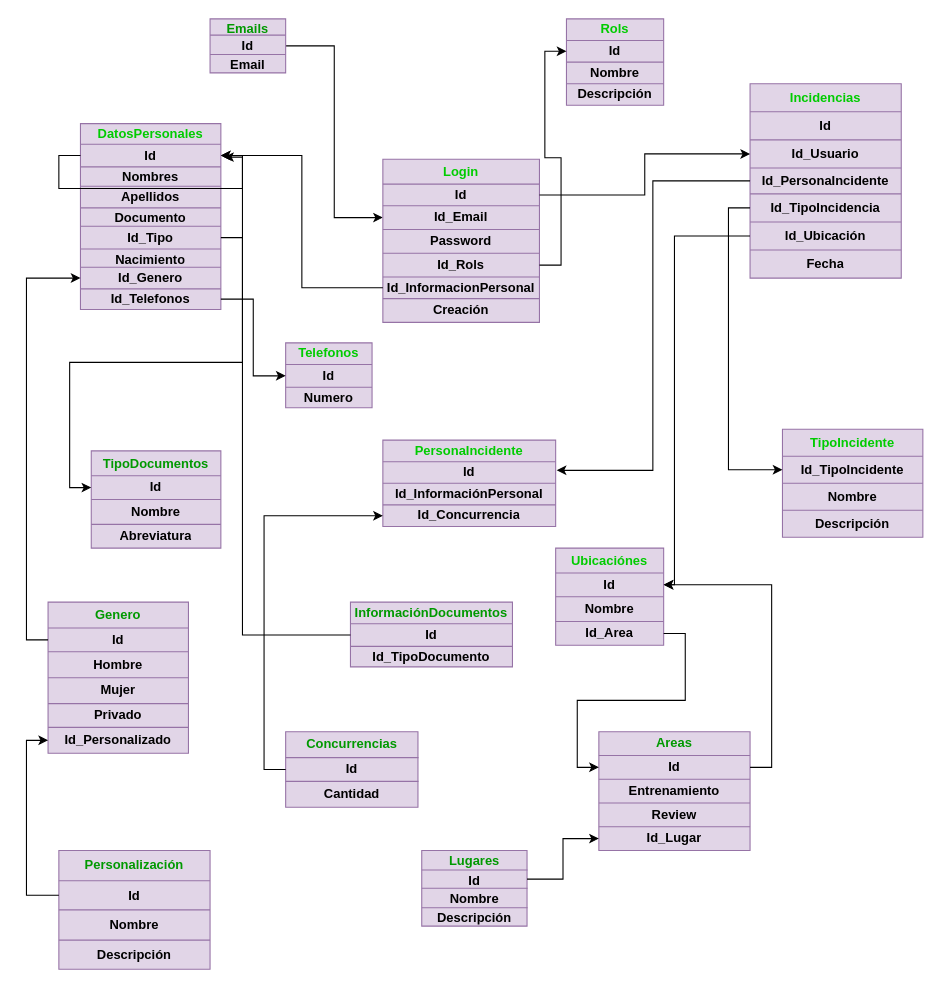
Before: Untitled Diagram.drawio in konnylisethalucematorresCAMPUS/BaseDeDatosIncidenciasCampus, a draw.io diagram. Source tidied: cells renumbered, new cells numbered last; positions are measured from the earlier drawing's top-left corner, leaving out a move shared by most shapes. Both pictures are drawn from the tidied source at 108%, with x=0, y=0 at pixel (48, 18).
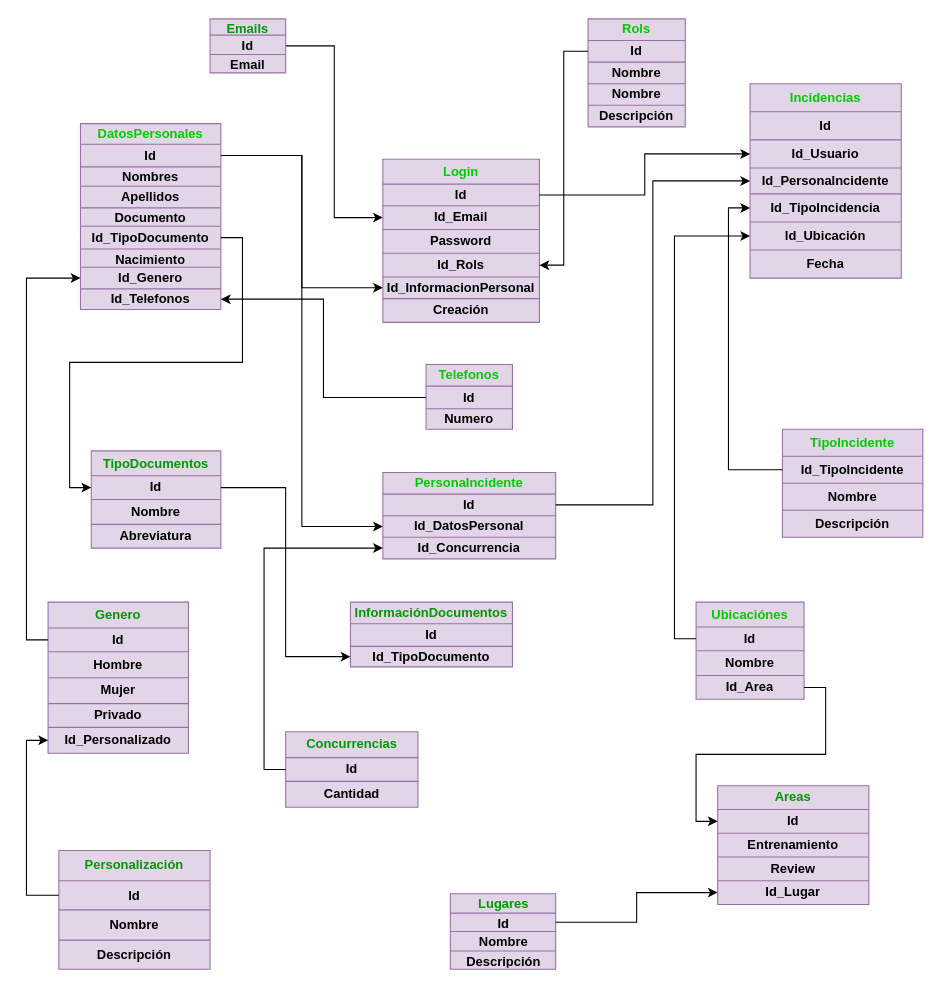
After the change.

Unchanged cells that the change refers to:
```xml
<mxCell id="2" style="shape=table;startSize=0;childLayout=tableLayout;fillColor=#e1d5e7;strokeColor=#9673a6;" parent="1" vertex="1">
  <mxGeometry x="30" y="97" width="130" height="172" as="geometry" />
</mxCell>
<mxCell id="5" style="shape=tableRow;horizontal=0;startSize=0;swimlaneHead=0;swimlaneBody=0;strokeColor=inherit;top=0;left=0;bottom=0;right=0;fillColor=none;points=[[0,0.5],[1,0.5]];portConstraint=eastwest;" parent="2" vertex="1">
  <mxGeometry y="19" width="130" height="21" as="geometry" />
</mxCell>
<mxCell id="13" style="shape=tableRow;horizontal=0;startSize=0;swimlaneHead=0;swimlaneBody=0;strokeColor=inherit;top=0;left=0;bottom=0;right=0;fillColor=none;points=[[0,0.5],[1,0.5]];portConstraint=eastwest;" parent="2" vertex="1">
  <mxGeometry y="95" width="130" height="21" as="geometry" />
</mxCell>
<mxCell id="19" style="shape=tableRow;horizontal=0;startSize=0;swimlaneHead=0;swimlaneBody=0;strokeColor=inherit;top=0;left=0;bottom=0;right=0;fillColor=none;points=[[0,0.5],[1,0.5]];portConstraint=eastwest;" parent="2" vertex="1">
  <mxGeometry y="153" width="130" height="19" as="geometry" />
</mxCell>
<mxCell id="25" style="shape=tableRow;horizontal=0;startSize=0;swimlaneHead=0;swimlaneBody=0;strokeColor=inherit;top=0;left=0;bottom=0;right=0;fillColor=none;points=[[0,0.5],[1,0.5]];portConstraint=eastwest;" parent="22" vertex="1">
  <mxGeometry y="23" width="120" height="22" as="geometry" />
</mxCell>
<mxCell id="48" style="shape=tableRow;horizontal=0;startSize=0;swimlaneHead=0;swimlaneBody=0;strokeColor=inherit;top=0;left=0;bottom=0;right=0;fillColor=none;points=[[0,0.5],[1,0.5]];portConstraint=eastwest;" parent="39" vertex="1">
  <mxGeometry y="87" width="145" height="22" as="geometry" />
</mxCell>
<mxCell id="50" style="shape=tableRow;horizontal=0;startSize=0;swimlaneHead=0;swimlaneBody=0;strokeColor=inherit;top=0;left=0;bottom=0;right=0;fillColor=none;points=[[0,0.5],[1,0.5]];portConstraint=eastwest;" parent="39" vertex="1">
  <mxGeometry y="109" width="145" height="20" as="geometry" />
</mxCell>
<mxCell id="57" style="shape=tableRow;horizontal=0;startSize=0;swimlaneHead=0;swimlaneBody=0;strokeColor=inherit;top=0;left=0;bottom=0;right=0;fillColor=none;points=[[0,0.5],[1,0.5]];portConstraint=eastwest;" parent="54" vertex="1">
  <mxGeometry y="20" width="90" height="20" as="geometry" />
</mxCell>
<mxCell id="66" style="shape=tableRow;horizontal=0;startSize=0;swimlaneHead=0;swimlaneBody=0;strokeColor=inherit;top=0;left=0;bottom=0;right=0;fillColor=none;points=[[0,0.5],[1,0.5]];portConstraint=eastwest;" parent="63" vertex="1">
  <mxGeometry y="20" width="80" height="21" as="geometry" />
</mxCell>
<mxCell id="77" style="shape=tableRow;horizontal=0;startSize=0;swimlaneHead=0;swimlaneBody=0;strokeColor=inherit;top=0;left=0;bottom=0;right=0;fillColor=none;points=[[0,0.5],[1,0.5]];portConstraint=eastwest;" parent="70" vertex="1">
  <mxGeometry y="78" width="140" height="24" as="geometry" />
</mxCell>
<mxCell id="79" style="shape=tableRow;horizontal=0;startSize=0;swimlaneHead=0;swimlaneBody=0;strokeColor=inherit;top=0;left=0;bottom=0;right=0;fillColor=none;points=[[0,0.5],[1,0.5]];portConstraint=eastwest;" parent="70" vertex="1">
  <mxGeometry y="102" width="140" height="26" as="geometry" />
</mxCell>
<mxCell id="81" style="shape=tableRow;horizontal=0;startSize=0;swimlaneHead=0;swimlaneBody=0;strokeColor=inherit;top=0;left=0;bottom=0;right=0;fillColor=none;points=[[0,0.5],[1,0.5]];portConstraint=eastwest;" parent="70" vertex="1">
  <mxGeometry y="128" width="140" height="26" as="geometry" />
</mxCell>
<mxCell id="88" style="shape=tableRow;horizontal=0;startSize=0;swimlaneHead=0;swimlaneBody=0;strokeColor=inherit;top=0;left=0;bottom=0;right=0;fillColor=none;points=[[0,0.5],[1,0.5]];portConstraint=eastwest;" parent="85" vertex="1">
  <mxGeometry y="25" width="130" height="25" as="geometry" />
</mxCell>
<mxCell id="97" style="shape=tableRow;horizontal=0;startSize=0;swimlaneHead=0;swimlaneBody=0;strokeColor=inherit;top=0;left=0;bottom=0;right=0;fillColor=none;points=[[0,0.5],[1,0.5]];portConstraint=eastwest;" parent="94" vertex="1">
  <mxGeometry y="23" width="100" height="22" as="geometry" />
</mxCell>
<mxCell id="106" style="shape=tableRow;horizontal=0;startSize=0;swimlaneHead=0;swimlaneBody=0;strokeColor=inherit;top=0;left=0;bottom=0;right=0;fillColor=none;points=[[0,0.5],[1,0.5]];portConstraint=eastwest;" parent="103" vertex="1">
  <mxGeometry y="20" width="160" height="20" as="geometry" />
</mxCell>
<mxCell id="108" style="shape=tableRow;horizontal=0;startSize=0;swimlaneHead=0;swimlaneBody=0;strokeColor=inherit;top=0;left=0;bottom=0;right=0;fillColor=none;points=[[0,0.5],[1,0.5]];portConstraint=eastwest;" parent="103" vertex="1">
  <mxGeometry y="40" width="160" height="20" as="geometry" />
</mxCell>
<mxCell id="145" style="shape=tableRow;horizontal=0;startSize=0;swimlaneHead=0;swimlaneBody=0;strokeColor=inherit;top=0;left=0;bottom=0;right=0;fillColor=none;points=[[0,0.5],[1,0.5]];portConstraint=eastwest;" parent="142" vertex="1">
  <mxGeometry y="22" width="140" height="22" as="geometry" />
</mxCell>
<mxCell id="172" style="shape=tableRow;horizontal=0;startSize=0;swimlaneHead=0;swimlaneBody=0;strokeColor=inherit;top=0;left=0;bottom=0;right=0;fillColor=none;points=[[0,0.5],[1,0.5]];portConstraint=eastwest;" parent="169" vertex="1">
  <mxGeometry y="20" width="150" height="21" as="geometry" />
</mxCell>
<mxCell id="174" style="shape=tableRow;horizontal=0;startSize=0;swimlaneHead=0;swimlaneBody=0;strokeColor=inherit;top=0;left=0;bottom=0;right=0;fillColor=none;points=[[0,0.5],[1,0.5]];portConstraint=eastwest;" parent="169" vertex="1">
  <mxGeometry y="41" width="150" height="19" as="geometry" />
</mxCell>
```

The edit, as a diff of the source:
```diff
@@
-    <mxCell id="14" value="&lt;b&gt;Id_Tipo&lt;/b&gt;" style="shape=partialRectangle;html=1;whiteSpace=wrap;strokeColor=inherit;overflow=hidden;fillColor=none;top=0;left=0;bottom=0;right=0;" parent="13" vertex="1">
+    <mxCell id="14" value="&lt;b&gt;Id_TipoDocumento&lt;/b&gt;" style="shape=partialRectangle;html=1;whiteSpace=wrap;strokeColor=inherit;overflow=hidden;fillColor=none;top=0;left=0;bottom=0;right=0;" parent="13" vertex="1">
       <mxGeometry width="130" height="21" as="geometry" />
     </mxCell>
@@
-    <mxCell id="21" style="edgeStyle=orthogonalEdgeStyle;rounded=0;orthogonalLoop=1;jettySize=auto;html=1;entryX=1;entryY=0.5;entryDx=0;entryDy=0;" parent="2" edge="1" source="5" target="5">
-      <mxGeometry relative="1" as="geometry" />
-    </mxCell>
@@
     <mxCell id="54" style="shape=table;startSize=0;childLayout=tableLayout;fillColor=#e1d5e7;strokeColor=#9673a6;" parent="1" vertex="1">
-      <mxGeometry x="480" width="90" height="80" as="geometry" />
+      <mxGeometry x="500" width="90" height="100" as="geometry" />
     </mxCell>
@@
+    <mxCell id="183" style="shape=tableRow;horizontal=0;startSize=0;swimlaneHead=0;swimlaneBody=0;strokeColor=inherit;top=0;left=0;bottom=0;right=0;fillColor=none;" parent="54" vertex="1">
+      <mxGeometry y="40" width="90" height="20" as="geometry" />
+    </mxCell>
+    <mxCell id="184" value="&lt;b&gt;Nombre&lt;/b&gt;" style="shape=partialRectangle;html=1;whiteSpace=wrap;strokeColor=inherit;overflow=hidden;fillColor=none;top=0;left=0;bottom=0;right=0;" parent="183" vertex="1">
+      <mxGeometry width="90" height="20" as="geometry" />
+    </mxCell>
     <mxCell id="59" style="shape=tableRow;horizontal=0;startSize=0;swimlaneHead=0;swimlaneBody=0;strokeColor=inherit;top=0;left=0;bottom=0;right=0;fillColor=none;" parent="54" vertex="1">
-      <mxGeometry y="40" width="90" height="20" as="geometry" />
+      <mxGeometry y="60" width="90" height="20" as="geometry" />
     </mxCell>
@@
     <mxCell id="61" style="shape=tableRow;horizontal=0;startSize=0;swimlaneHead=0;swimlaneBody=0;strokeColor=inherit;top=0;left=0;bottom=0;right=0;fillColor=none;" parent="54" vertex="1">
-      <mxGeometry y="60" width="90" height="20" as="geometry" />
+      <mxGeometry y="80" width="90" height="20" as="geometry" />
     </mxCell>
@@
     <mxCell id="63" style="shape=table;startSize=0;childLayout=tableLayout;fillColor=#e1d5e7;strokeColor=#9673a6;" parent="1" vertex="1">
-      <mxGeometry x="220" y="300" width="80" height="60" as="geometry" />
+      <mxGeometry x="350" y="320" width="80" height="60" as="geometry" />
     </mxCell>
@@
     <mxCell id="94" style="shape=table;startSize=0;childLayout=tableLayout;fillColor=#e1d5e7;strokeColor=#9673a6;" parent="1" vertex="1">
-      <mxGeometry x="470" y="490" width="100" height="90" as="geometry" />
+      <mxGeometry x="600" y="540" width="100" height="90" as="geometry" />
     </mxCell>
@@
     <mxCell id="103" style="shape=table;startSize=0;childLayout=tableLayout;fillColor=#e1d5e7;strokeColor=#9673a6;" parent="1" vertex="1">
-      <mxGeometry x="310" y="390" width="160" height="80" as="geometry" />
+      <mxGeometry x="310" y="420" width="160" height="80" as="geometry" />
     </mxCell>
@@
-    <mxCell id="109" value="&lt;b&gt;Id_InformaciónPersonal&lt;/b&gt;" style="shape=partialRectangle;html=1;whiteSpace=wrap;strokeColor=inherit;overflow=hidden;fillColor=none;top=0;left=0;bottom=0;right=0;" parent="108" vertex="1">
+    <mxCell id="109" value="&lt;b&gt;Id_DatosPersonal&lt;/b&gt;" style="shape=partialRectangle;html=1;whiteSpace=wrap;strokeColor=inherit;overflow=hidden;fillColor=none;top=0;left=0;bottom=0;right=0;" parent="108" vertex="1">
       <mxGeometry width="160" height="20" as="geometry" />
     </mxCell>
@@
-    <mxCell id="113" style="edgeStyle=orthogonalEdgeStyle;rounded=0;jettySize=auto;html=1;exitX=1;exitY=0.5;exitDx=0;exitDy=0;entryX=0;entryY=0.5;entryDx=0;entryDy=0;" parent="1" edge="1" source="19" target="66">
-      <mxGeometry relative="1" as="geometry" />
-    </mxCell>
-    <mxCell id="114" style="edgeStyle=orthogonalEdgeStyle;rounded=0;jettySize=auto;html=1;exitX=1;exitY=0.5;exitDx=0;exitDy=0;entryX=0;entryY=0.5;entryDx=0;entryDy=0;" parent="1" edge="1" source="48" target="57">
-      <mxGeometry relative="1" as="geometry" />
-    </mxCell>
@@
-    <mxCell id="116" style="edgeStyle=orthogonalEdgeStyle;rounded=0;jettySize=auto;html=1;entryX=1.006;entryY=0.35;entryDx=0;entryDy=0;entryPerimeter=0;" parent="1" edge="1" source="77" target="103">
-      <mxGeometry relative="1" as="geometry" />
-    </mxCell>
-    <mxCell id="117" style="edgeStyle=orthogonalEdgeStyle;rounded=0;jettySize=auto;html=1;exitX=0;exitY=0.5;exitDx=0;exitDy=0;entryX=0;entryY=0.5;entryDx=0;entryDy=0;" parent="1" edge="1" source="79" target="88">
-      <mxGeometry relative="1" as="geometry" />
-    </mxCell>
-    <mxCell id="118" style="edgeStyle=orthogonalEdgeStyle;rounded=0;jettySize=auto;html=1;exitX=0;exitY=0.5;exitDx=0;exitDy=0;" parent="1" edge="1" source="81" target="97">
-      <mxGeometry relative="1" as="geometry">
-        <Array as="points">
-          <mxPoint x="580" y="201" />
-          <mxPoint x="580" y="524" />
-        </Array>
-      </mxGeometry>
-    </mxCell>
-    <mxCell id="119" style="edgeStyle=orthogonalEdgeStyle;rounded=0;jettySize=auto;html=1;entryX=1;entryY=0.5;entryDx=0;entryDy=0;" parent="1" edge="1" source="50" target="5">
-      <mxGeometry relative="1" as="geometry" />
-    </mxCell>
@@
     <mxCell id="133" style="shape=table;startSize=0;childLayout=tableLayout;fillColor=#e1d5e7;strokeColor=#9673a6;" parent="1" vertex="1">
-      <mxGeometry x="346" y="770" width="97.5" height="70" as="geometry" />
+      <mxGeometry x="372.5" y="810" width="97.5" height="70" as="geometry" />
     </mxCell>
@@
     <mxCell id="142" style="shape=table;startSize=0;childLayout=tableLayout;fillColor=#e1d5e7;strokeColor=#9673a6;" parent="1" vertex="1">
-      <mxGeometry x="510" y="660" width="140" height="110" as="geometry" />
+      <mxGeometry x="620" y="710" width="140" height="110" as="geometry" />
     </mxCell>
@@
-    <mxCell id="179" style="edgeStyle=orthogonalEdgeStyle;rounded=0;jettySize=auto;html=1;exitX=0;exitY=0.5;exitDx=0;exitDy=0;entryX=1.023;entryY=0.18;entryDx=0;entryDy=0;entryPerimeter=0;" parent="1" edge="1" source="172" target="2">
-      <mxGeometry relative="1" as="geometry">
-        <Array as="points">
-          <mxPoint x="180" y="571" />
-          <mxPoint x="180" y="128" />
-        </Array>
-      </mxGeometry>
-    </mxCell>
@@
-    <mxCell id="181" style="edgeStyle=orthogonalEdgeStyle;rounded=0;jettySize=auto;html=1;exitX=1;exitY=0.5;exitDx=0;exitDy=0;" parent="1" edge="1" source="145" target="97">
-      <mxGeometry relative="1" as="geometry" />
-    </mxCell>
@@
+    <mxCell id="185" style="edgeStyle=orthogonalEdgeStyle;rounded=0;jettySize=auto;html=1;exitX=0;exitY=0.5;exitDx=0;exitDy=0;entryX=1;entryY=0.5;entryDx=0;entryDy=0;" parent="1" edge="1" source="57" target="48">
+      <mxGeometry relative="1" as="geometry" />
+    </mxCell>
+    <mxCell id="186" style="edgeStyle=orthogonalEdgeStyle;rounded=0;jettySize=auto;html=1;exitX=1;exitY=0.5;exitDx=0;exitDy=0;entryX=0;entryY=0.5;entryDx=0;entryDy=0;" parent="1" edge="1" source="5" target="50">
+      <mxGeometry relative="1" as="geometry" />
+    </mxCell>
+    <mxCell id="187" style="edgeStyle=orthogonalEdgeStyle;rounded=0;jettySize=auto;html=1;exitX=0;exitY=0.5;exitDx=0;exitDy=0;entryX=0;entryY=0.5;entryDx=0;entryDy=0;" parent="1" edge="1" source="97" target="81">
+      <mxGeometry relative="1" as="geometry" />
+    </mxCell>
+    <mxCell id="188" style="edgeStyle=orthogonalEdgeStyle;rounded=0;jettySize=auto;html=1;exitX=0;exitY=0.5;exitDx=0;exitDy=0;entryX=0;entryY=0.5;entryDx=0;entryDy=0;" parent="1" edge="1" source="88" target="79">
+      <mxGeometry relative="1" as="geometry" />
+    </mxCell>
+    <mxCell id="189" style="edgeStyle=orthogonalEdgeStyle;rounded=0;jettySize=auto;html=1;exitX=0;exitY=0.5;exitDx=0;exitDy=0;entryX=1;entryY=0.5;entryDx=0;entryDy=0;" parent="1" edge="1" source="66" target="19">
+      <mxGeometry relative="1" as="geometry" />
+    </mxCell>
+    <mxCell id="190" style="edgeStyle=orthogonalEdgeStyle;rounded=0;jettySize=auto;html=1;exitX=1;exitY=0.5;exitDx=0;exitDy=0;entryX=0;entryY=0.5;entryDx=0;entryDy=0;" parent="1" edge="1" source="25" target="174">
+      <mxGeometry relative="1" as="geometry" />
+    </mxCell>
+    <mxCell id="191" style="edgeStyle=orthogonalEdgeStyle;rounded=0;jettySize=auto;html=1;exitX=1;exitY=0.5;exitDx=0;exitDy=0;entryX=0;entryY=0.5;entryDx=0;entryDy=0;" parent="1" edge="1" source="106" target="77">
+      <mxGeometry relative="1" as="geometry" />
+    </mxCell>
+    <mxCell id="192" style="edgeStyle=orthogonalEdgeStyle;rounded=0;jettySize=auto;html=1;exitX=1;exitY=0.5;exitDx=0;exitDy=0;entryX=0;entryY=0.5;entryDx=0;entryDy=0;" parent="1" edge="1" source="5" target="108">
+      <mxGeometry relative="1" as="geometry" />
+    </mxCell>
```
